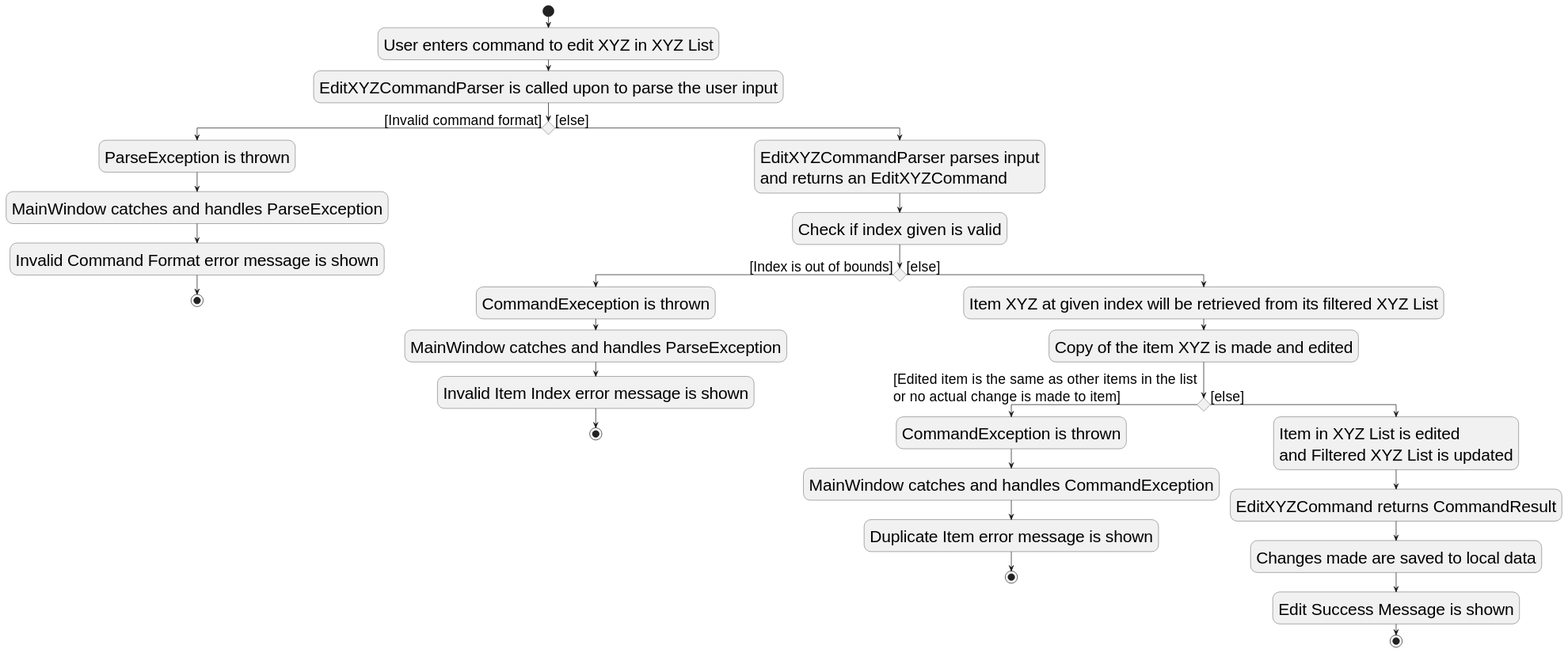
This is docs/images/EditCommandActivityDiagram.svg from nus-cs2103-AY2223S2/tp, a PlantUML export, as it was before one commit.
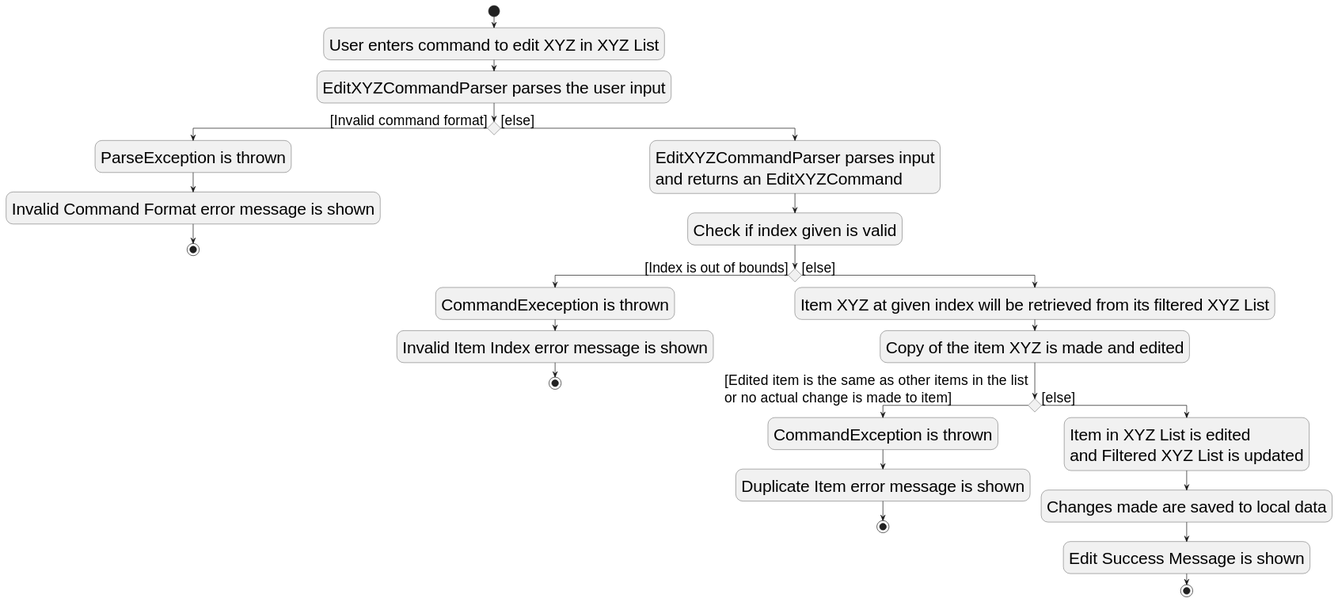
After the change.

Commit message:
Remove unnecessary details from diagram

Change to the diagram source:
```diff
@@ -4,10 +4,9 @@
 
 start
 :User enters command to edit XYZ in XYZ List;
-:EditXYZCommandParser is called upon to parse the user input;
+:EditXYZCommandParser parses the user input;
 if () then ([Invalid command format])
   :ParseException is thrown;
-  :MainWindow catches and handles ParseException;
   :Invalid Command Format error message is shown;
   stop
 else ([else])
@@ -17,7 +16,6 @@
 
 if () then ([Index is out of bounds])
     :CommandExeception is thrown;
-    :MainWindow catches and handles ParseException;
     :Invalid Item Index error message is shown;
     stop
 else ([else])
@@ -27,14 +25,12 @@
 if () then ([Edited item is the same as other items in the list
 or no actual change is made to item])
 :CommandException is thrown;
-:MainWindow catches and handles CommandException;
 :Duplicate Item error message is shown;
 stop
 
 else ([else])
 :Item in XYZ List is edited
 and Filtered XYZ List is updated;
-:EditXYZCommand returns CommandResult;
 :Changes made are saved to local data;
 :Edit Success Message is shown;
 stop
```
